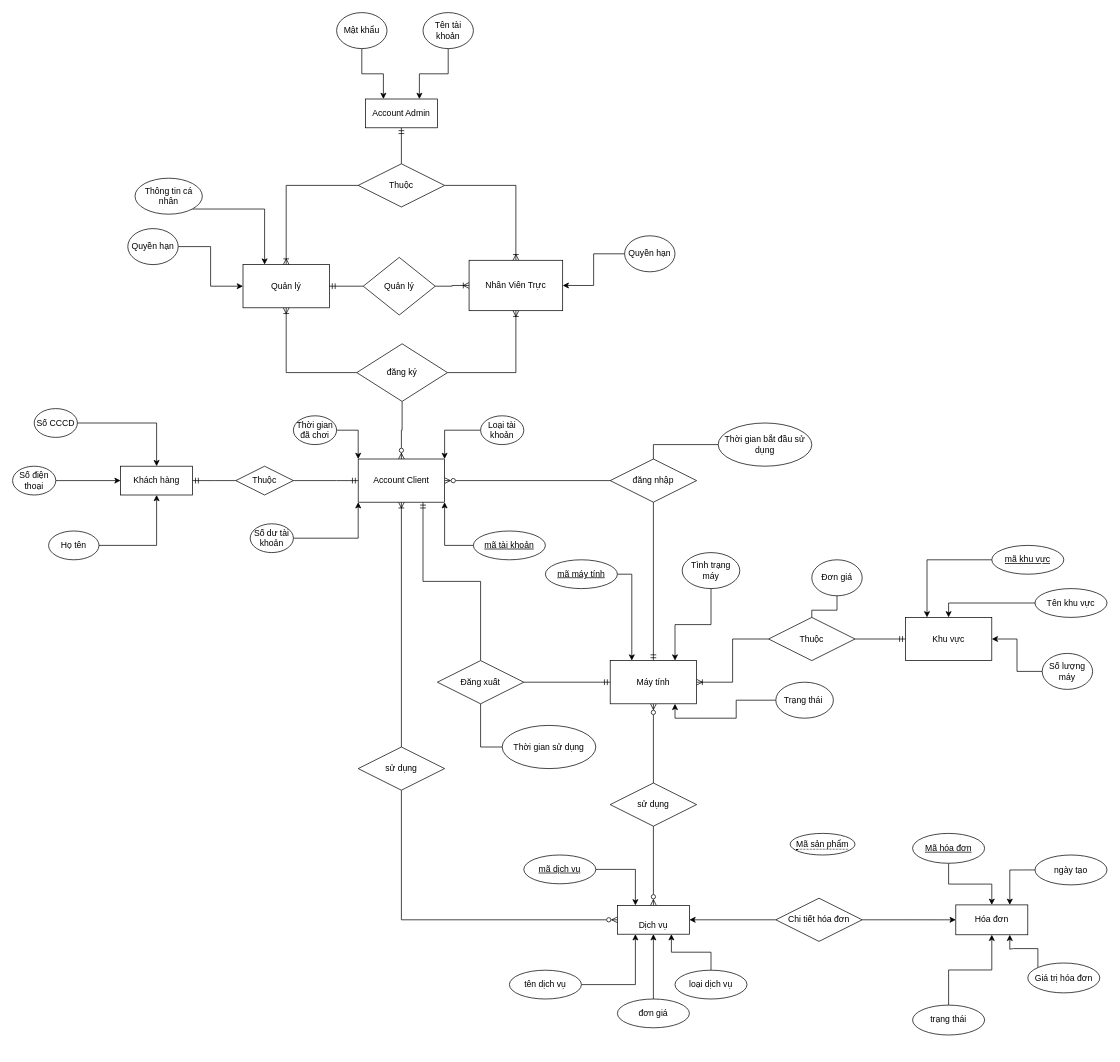
dunkvippro/QuanlyNet keeps this draw.io diagram as Untitled Diagram.drawio. Above is the earlier version. Source tidied: cells renumbered, new cells numbered last; positions are measured from the earlier drawing's top-left corner, leaving out a move shared by most shapes. Both pictures are drawn from the tidied source at 72%, with x=0, y=0 at pixel (12, 12).
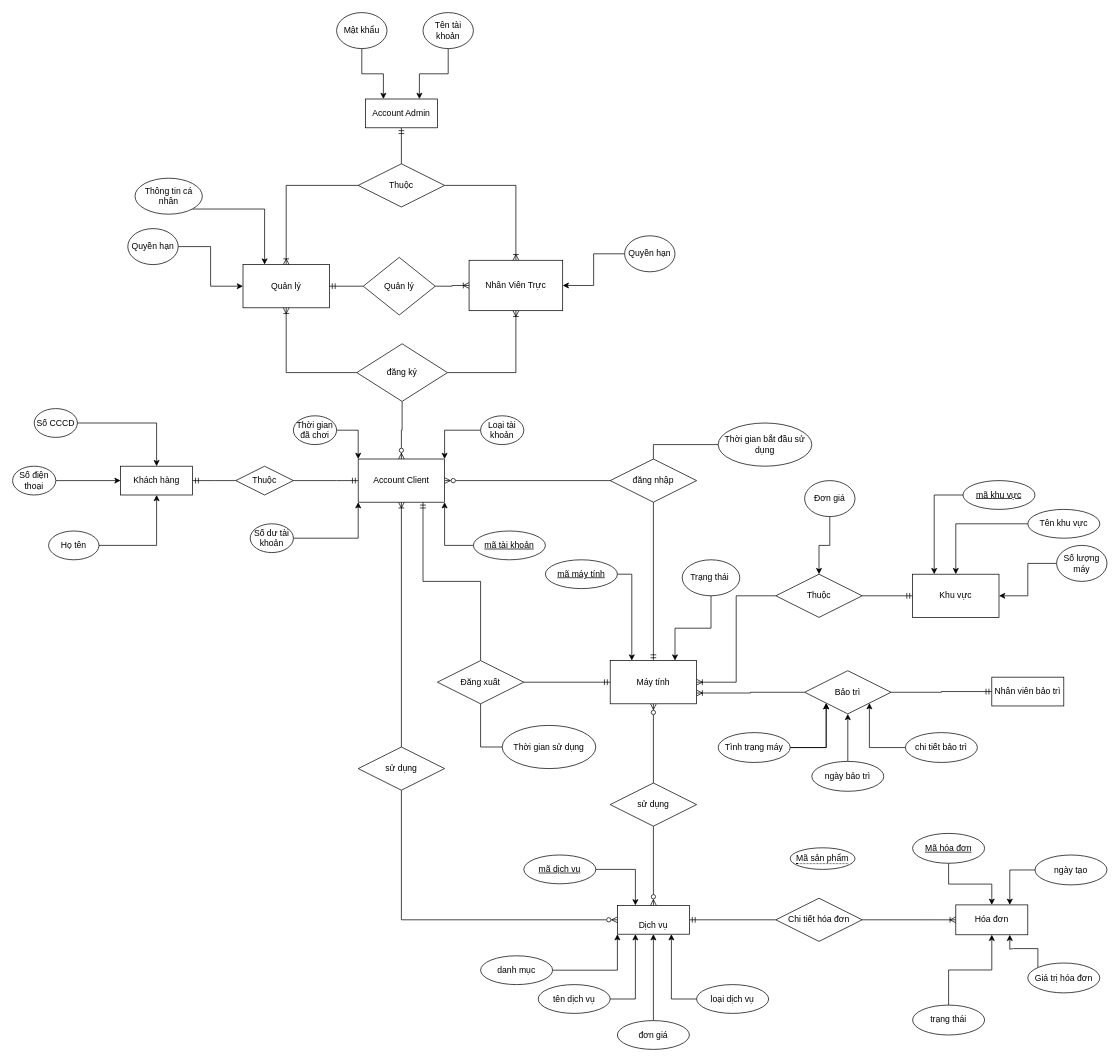
Above is the later version.

The change refers to these unchanged cells:
```xml
<mxCell id="6" value="Hóa đơn" style="whiteSpace=wrap;html=1;align=center;" parent="5" vertex="1">
  <mxGeometry x="60" y="99.3" width="100" height="41.5" as="geometry" />
</mxCell>
<mxCell id="23" value="Chi tiết hóa đơn" style="shape=rhombus;perimeter=rhombusPerimeter;whiteSpace=wrap;html=1;align=center;" parent="1" vertex="1">
  <mxGeometry x="1060" y="1230" width="120" height="60" as="geometry" />
</mxCell>
<mxCell id="81" value="Máy tính" style="rounded=0;whiteSpace=wrap;html=1;" parent="1" vertex="1">
  <mxGeometry x="830" y="900" width="120" height="60" as="geometry" />
</mxCell>
<mxCell id="95" value="&lt;br&gt;Dịch vụ" style="whiteSpace=wrap;html=1;align=center;" parent="1" vertex="1">
  <mxGeometry x="840" y="1240" width="100" height="40" as="geometry" />
</mxCell>
```

Diff of the diagram source:
```diff
@@
     <mxCell id="4" value="Thuộc" style="shape=rhombus;perimeter=rhombusPerimeter;whiteSpace=wrap;html=1;align=center;" parent="1" vertex="1">
-      <mxGeometry x="1050" y="840" width="120" height="60" as="geometry" />
+      <mxGeometry x="1060" y="780" width="120" height="60" as="geometry" />
     </mxCell>
@@
-    <mxCell id="21" style="edgeStyle=orthogonalEdgeStyle;rounded=0;jettySize=auto;html=1;entryX=0;entryY=0.5;entryDx=0;entryDy=0;" parent="1" edge="1" source="23" target="6">
+    <mxCell id="21" style="edgeStyle=orthogonalEdgeStyle;rounded=0;jettySize=auto;html=1;entryX=0;entryY=0.5;entryDx=0;entryDy=0;endArrow=ERoneToMany;endFill=0;" parent="1" edge="1" source="23" target="6">
       <mxGeometry relative="1" as="geometry" />
     </mxCell>
-    <mxCell id="22" style="edgeStyle=orthogonalEdgeStyle;rounded=0;jettySize=auto;html=1;entryX=1;entryY=0.5;entryDx=0;entryDy=0;" parent="1" edge="1" source="23" target="95">
+    <mxCell id="22" style="edgeStyle=orthogonalEdgeStyle;rounded=0;jettySize=auto;html=1;entryX=1;entryY=0.5;entryDx=0;entryDy=0;endArrow=ERmandOne;endFill=0;" parent="1" edge="1" source="23" target="95">
       <mxGeometry relative="1" as="geometry" />
     </mxCell>
@@
     <mxCell id="72" value="Khu vực" style="rounded=0;whiteSpace=wrap;html=1;" parent="1" vertex="1">
-      <mxGeometry x="1240" y="840" width="120" height="60" as="geometry" />
+      <mxGeometry x="1250" y="780" width="120" height="60" as="geometry" />
     </mxCell>
-    <mxCell id="73" style="edgeStyle=orthogonalEdgeStyle;rounded=0;jettySize=auto;html=1;entryX=0.5;entryY=0;entryDx=0;entryDy=0;endArrow=none;endFill=0;" parent="1" edge="1" source="74" target="4">
+    <mxCell id="73" style="edgeStyle=orthogonalEdgeStyle;rounded=0;jettySize=auto;html=1;entryX=0.5;entryY=0;entryDx=0;entryDy=0;" parent="1" edge="1" source="74" target="4">
       <mxGeometry relative="1" as="geometry" />
     </mxCell>
     <mxCell id="74" value="Đơn giá" style="ellipse;whiteSpace=wrap;html=1;" parent="1" vertex="1">
-      <mxGeometry x="1110" y="760" width="70" height="50" as="geometry" />
+      <mxGeometry x="1100" y="650" width="70" height="50" as="geometry" />
     </mxCell>
@@
     <mxCell id="76" value="Số lượng máy" style="ellipse;whiteSpace=wrap;html=1;" parent="1" vertex="1">
-      <mxGeometry x="1430" y="890" width="70" height="50" as="geometry" />
+      <mxGeometry x="1450" y="740" width="70" height="50" as="geometry" />
     </mxCell>
@@
     <mxCell id="78" value="Tên khu vực" style="ellipse;whiteSpace=wrap;html=1;align=center;" parent="1" vertex="1">
-      <mxGeometry x="1420" y="800" width="100" height="40" as="geometry" />
+      <mxGeometry x="1410" y="690" width="100" height="40" as="geometry" />
     </mxCell>
@@
     <mxCell id="80" value="mã khu vực" style="ellipse;whiteSpace=wrap;html=1;align=center;fontStyle=4;" parent="1" vertex="1">
-      <mxGeometry x="1360" y="740" width="100" height="40" as="geometry" />
+      <mxGeometry x="1320" y="650" width="100" height="40" as="geometry" />
     </mxCell>
@@
-    <mxCell id="82" style="edgeStyle=orthogonalEdgeStyle;rounded=0;jettySize=auto;html=1;entryX=0.75;entryY=0;entryDx=0;entryDy=0;exitX=0.5;exitY=1;exitDx=0;exitDy=0;" parent="1" edge="1" source="83" target="81">
-      <mxGeometry relative="1" as="geometry" />
-    </mxCell>
-    <mxCell id="83" value="Tình trạng máy" style="ellipse;whiteSpace=wrap;html=1;" parent="1" vertex="1">
-      <mxGeometry x="930" y="750" width="80" height="50" as="geometry" />
-    </mxCell>
-    <mxCell id="84" style="edgeStyle=orthogonalEdgeStyle;rounded=0;jettySize=auto;html=1;entryX=0.75;entryY=1;entryDx=0;entryDy=0;" parent="1" edge="1" source="85" target="81">
+    <mxCell id="84" style="edgeStyle=orthogonalEdgeStyle;rounded=0;jettySize=auto;html=1;entryX=0.75;entryY=0;entryDx=0;entryDy=0;" parent="1" edge="1" source="85" target="81">
       <mxGeometry relative="1" as="geometry" />
     </mxCell>
     <mxCell id="85" value="Trạng thái&amp;nbsp;" style="ellipse;whiteSpace=wrap;html=1;" parent="1" vertex="1">
-      <mxGeometry x="1060" y="930" width="80" height="50" as="geometry" />
+      <mxGeometry x="930" y="760" width="80" height="50" as="geometry" />
     </mxCell>
@@
     <mxCell id="99" value="tên dịch vụ" style="ellipse;whiteSpace=wrap;html=1;align=center;" parent="1" vertex="1">
-      <mxGeometry x="690" y="1330" width="100" height="40" as="geometry" />
+      <mxGeometry x="730" y="1350" width="100" height="40" as="geometry" />
     </mxCell>
@@
     <mxCell id="101" value="đơn giá" style="ellipse;whiteSpace=wrap;html=1;align=center;" parent="1" vertex="1">
-      <mxGeometry x="840" y="1370" width="100" height="40" as="geometry" />
+      <mxGeometry x="840" y="1400" width="100" height="40" as="geometry" />
     </mxCell>
@@
     <mxCell id="103" value="loại dịch vụ" style="ellipse;whiteSpace=wrap;html=1;align=center;" parent="1" vertex="1">
-      <mxGeometry x="920" y="1330" width="100" height="40" as="geometry" />
+      <mxGeometry x="950" y="1350" width="100" height="40" as="geometry" />
     </mxCell>
     <mxCell id="104" value="&lt;span style=&quot;border-bottom: 1px dotted&quot;&gt;Mã sản phẩm&lt;/span&gt;" style="ellipse;whiteSpace=wrap;html=1;align=center;" parent="1" vertex="1">
-      <mxGeometry x="1080" y="1140" width="90" height="30" as="geometry" />
+      <mxGeometry x="1080" y="1160" width="90" height="30" as="geometry" />
     </mxCell>
+    <mxCell id="105" style="edgeStyle=orthogonalEdgeStyle;rounded=0;jettySize=auto;html=1;entryX=0;entryY=1;entryDx=0;entryDy=0;" parent="1" edge="1" source="106" target="95">
+      <mxGeometry relative="1" as="geometry" />
+    </mxCell>
+    <mxCell id="106" value="danh mục" style="ellipse;whiteSpace=wrap;html=1;align=center;" parent="1" vertex="1">
+      <mxGeometry x="650" y="1310" width="100" height="40" as="geometry" />
+    </mxCell>
+    <mxCell id="107" value="Nhân viên bảo trì" style="whiteSpace=wrap;html=1;align=center;" parent="1" vertex="1">
+      <mxGeometry x="1360" y="923" width="100" height="40" as="geometry" />
+    </mxCell>
+    <mxCell id="108" style="edgeStyle=orthogonalEdgeStyle;rounded=0;jettySize=auto;html=1;entryX=1;entryY=0.75;entryDx=0;entryDy=0;endArrow=ERoneToMany;endFill=0;" parent="1" edge="1" source="110" target="81">
+      <mxGeometry relative="1" as="geometry" />
+    </mxCell>
+    <mxCell id="109" style="edgeStyle=orthogonalEdgeStyle;rounded=0;jettySize=auto;html=1;entryX=0;entryY=0.5;entryDx=0;entryDy=0;endArrow=ERmandOne;endFill=0;" parent="1" edge="1" source="110" target="107">
+      <mxGeometry relative="1" as="geometry" />
+    </mxCell>
+    <mxCell id="110" value="Bảo trì" style="shape=rhombus;perimeter=rhombusPerimeter;whiteSpace=wrap;html=1;align=center;" parent="1" vertex="1">
+      <mxGeometry x="1100" y="914" width="120" height="60" as="geometry" />
+    </mxCell>
+    <mxCell id="111" style="edgeStyle=orthogonalEdgeStyle;rounded=0;jettySize=auto;html=1;entryX=0.5;entryY=1;entryDx=0;entryDy=0;" parent="1" edge="1" source="112" target="110">
+      <mxGeometry relative="1" as="geometry" />
+    </mxCell>
+    <mxCell id="112" value="ngày bảo trì" style="ellipse;whiteSpace=wrap;html=1;align=center;" parent="1" vertex="1">
+      <mxGeometry x="1110" y="1040" width="100" height="41.5" as="geometry" />
+    </mxCell>
+    <mxCell id="113" style="edgeStyle=orthogonalEdgeStyle;rounded=0;jettySize=auto;html=1;entryX=0;entryY=1;entryDx=0;entryDy=0;" parent="1" edge="1" source="83" target="110">
+      <mxGeometry relative="1" as="geometry" />
+    </mxCell>
+    <mxCell id="114" style="edgeStyle=orthogonalEdgeStyle;rounded=0;jettySize=auto;html=1;entryX=0;entryY=1;entryDx=0;entryDy=0;" parent="1" edge="1" source="83" target="110">
+      <mxGeometry relative="1" as="geometry" />
+    </mxCell>
+    <mxCell id="83" value="Tình trạng máy" style="ellipse;whiteSpace=wrap;html=1;align=center;" parent="1" vertex="1">
+      <mxGeometry x="980" y="1000" width="100" height="41.5" as="geometry" />
+    </mxCell>
+    <mxCell id="115" style="edgeStyle=orthogonalEdgeStyle;rounded=0;jettySize=auto;html=1;entryX=1;entryY=1;entryDx=0;entryDy=0;" parent="1" edge="1" source="116" target="110">
+      <mxGeometry relative="1" as="geometry" />
+    </mxCell>
+    <mxCell id="116" value="chi tiết bảo trì" style="ellipse;whiteSpace=wrap;html=1;align=center;" parent="1" vertex="1">
+      <mxGeometry x="1240" y="1000" width="100" height="41.5" as="geometry" />
+    </mxCell>
```
